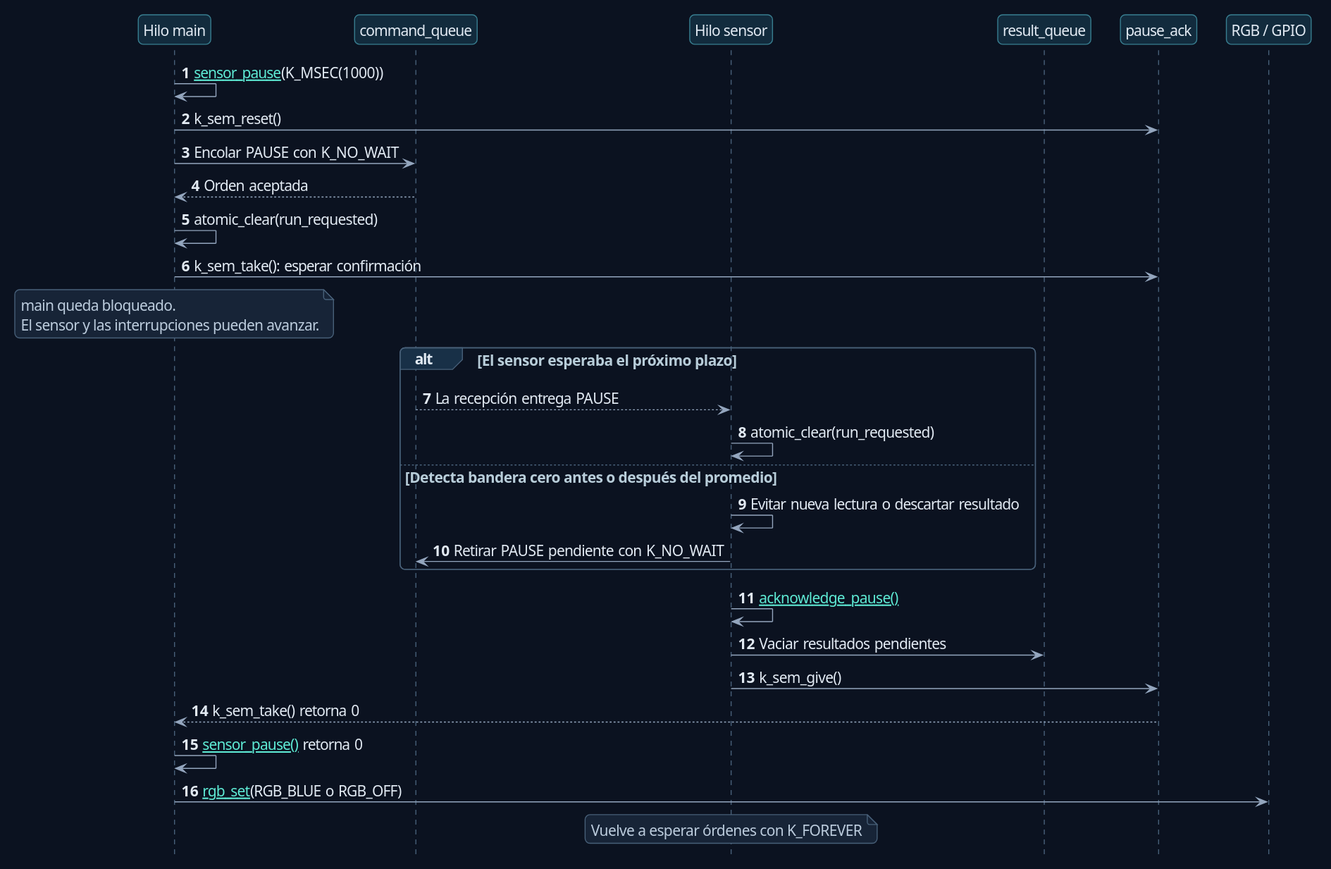
Before: Assessment_1/docs/diagrams/pausa.svg, a diagram exported from PlantUML (PabloHernaez/Embedded_Assessments). Its source is kept beside it as Assessment_1/docs/diagrams/pausa.puml. The source it was exported from:
```plantuml
@startuml pausa
!include theme.puml
hide footbox

autonumber
participant "Hilo main" as M
participant "command_queue" as C
participant "Hilo sensor" as S
participant "result_queue" as R
participant "pause_ack" as A
participant "RGB / GPIO" as RGB

M -> M: [[https://github.com/PabloHernaez/Embedded_Assessments/blob/master/Assessment_1/src/sensor_thread.c#L154{sensor_pause} sensor_pause]](K_MSEC(1000))
M -> A: k_sem_reset()
M -> C: Encolar PAUSE con K_NO_WAIT
C --> M: Orden aceptada
M -> M: atomic_clear(run_requested)
M -> A: k_sem_take(): esperar confirmación
note over M: main queda bloqueado.\nEl sensor y las interrupciones pueden avanzar.
alt El sensor esperaba el próximo plazo
    C --> S: La recepción entrega PAUSE
    S -> S: atomic_clear(run_requested)
else Detecta bandera cero antes o después del promedio
    S -> S: Evitar nueva lectura o descartar resultado
    S -> C: Retirar PAUSE pendiente con K_NO_WAIT
end
S -> S: [[https://github.com/PabloHernaez/Embedded_Assessments/blob/master/Assessment_1/src/sensor_thread.c#L37{acknowledge_pause()} acknowledge_pause()]]
S -> R: Vaciar resultados pendientes
S -> A: k_sem_give()
A --> M: k_sem_take() retorna 0
M -> M: [[https://github.com/PabloHernaez/Embedded_Assessments/blob/master/Assessment_1/src/sensor_thread.c#L154{sensor_pause()} sensor_pause()]] retorna 0
M -> RGB: [[https://github.com/PabloHernaez/Embedded_Assessments/blob/master/Assessment_1/src/rgb_led.c#L48{rgb_set} rgb_set]](RGB_BLUE o RGB_OFF)
note over S: Vuelve a esperar órdenes con K_FOREVER
@enduml
```
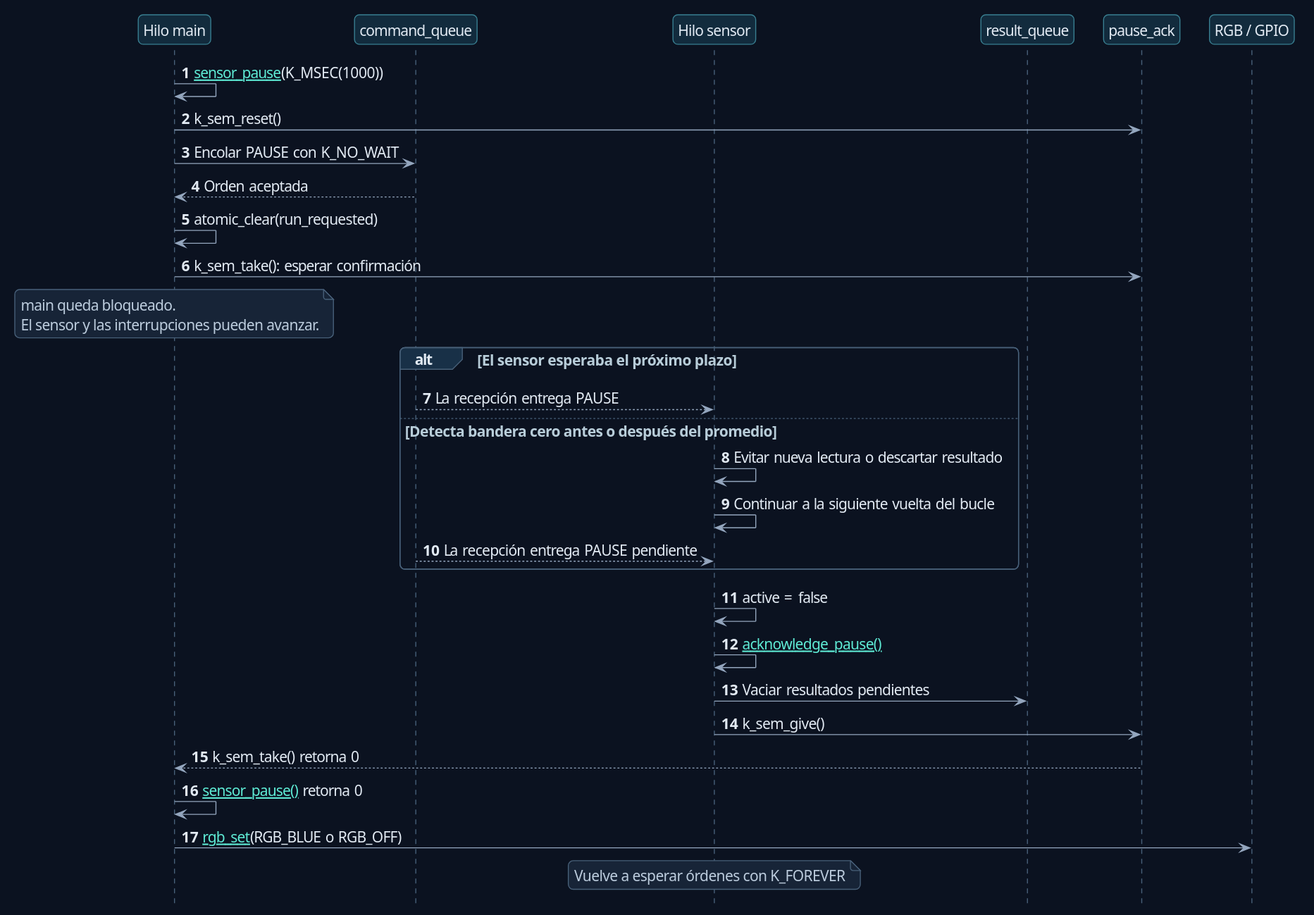
The same file after the commit.

What changed in the source:
```diff
@@ -10,7 +10,7 @@
 participant "pause_ack" as A
 participant "RGB / GPIO" as RGB
 
-M -> M: [[https://github.com/PabloHernaez/Embedded_Assessments/blob/master/Assessment_1/src/sensor_thread.c#L154{sensor_pause} sensor_pause]](K_MSEC(1000))
+M -> M: [[https://github.com/PabloHernaez/Embedded_Assessments/blob/master/Assessment_1/src/sensor_thread.c#L149{sensor_pause} sensor_pause]](K_MSEC(1000))
 M -> A: k_sem_reset()
 M -> C: Encolar PAUSE con K_NO_WAIT
 C --> M: Orden aceptada
@@ -19,16 +19,17 @@
 note over M: main queda bloqueado.\nEl sensor y las interrupciones pueden avanzar.
 alt El sensor esperaba el próximo plazo
     C --> S: La recepción entrega PAUSE
-    S -> S: atomic_clear(run_requested)
 else Detecta bandera cero antes o después del promedio
     S -> S: Evitar nueva lectura o descartar resultado
-    S -> C: Retirar PAUSE pendiente con K_NO_WAIT
+    S -> S: Continuar a la siguiente vuelta del bucle
+    C --> S: La recepción entrega PAUSE pendiente
 end
+S -> S: active = false
 S -> S: [[https://github.com/PabloHernaez/Embedded_Assessments/blob/master/Assessment_1/src/sensor_thread.c#L37{acknowledge_pause()} acknowledge_pause()]]
 S -> R: Vaciar resultados pendientes
 S -> A: k_sem_give()
 A --> M: k_sem_take() retorna 0
-M -> M: [[https://github.com/PabloHernaez/Embedded_Assessments/blob/master/Assessment_1/src/sensor_thread.c#L154{sensor_pause()} sensor_pause()]] retorna 0
+M -> M: [[https://github.com/PabloHernaez/Embedded_Assessments/blob/master/Assessment_1/src/sensor_thread.c#L149{sensor_pause()} sensor_pause()]] retorna 0
 M -> RGB: [[https://github.com/PabloHernaez/Embedded_Assessments/blob/master/Assessment_1/src/rgb_led.c#L48{rgb_set} rgb_set]](RGB_BLUE o RGB_OFF)
 note over S: Vuelve a esperar órdenes con K_FOREVER
 @enduml
```
